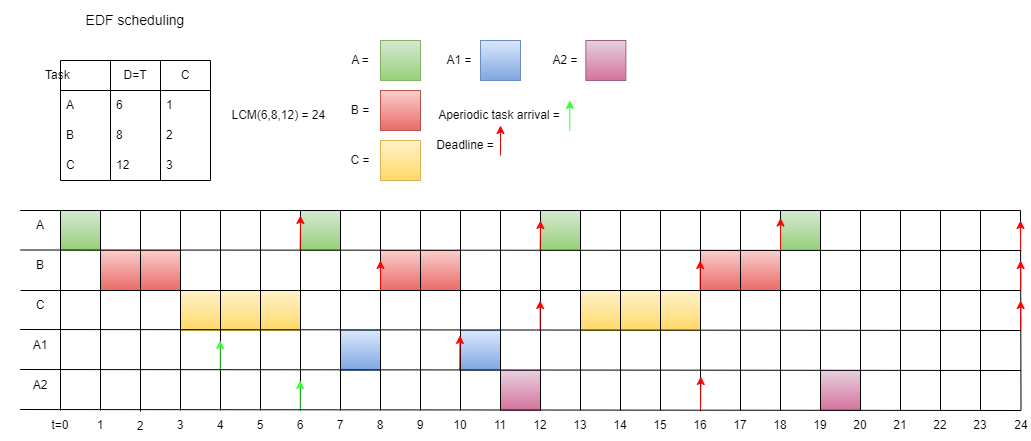
This is Assignment1/images/Ass1Q8c.png from emiilbro/DVA482, a draw.io export, as it was before one commit. Source tidied: cells renumbered, new cells last; positions are measured from the earlier drawing's top-left corner, leaving out a move shared by most shapes.
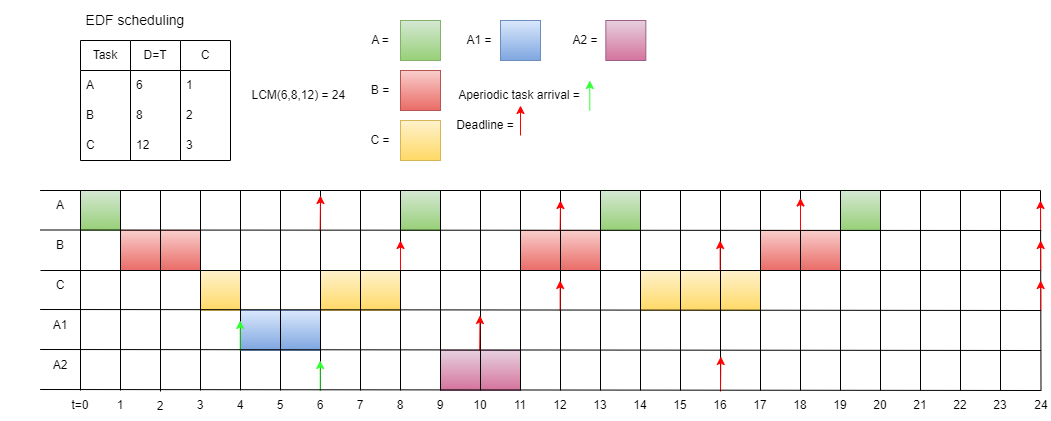
After the commit.

Diff of the diagram source:
```diff
@@ -2,38 +2,44 @@
   <root>
     <mxCell id="0" />
     <mxCell id="1" parent="0" />
-    <mxCell id="2" style="whiteSpace=wrap;html=1;fillColor=#e6d0de;strokeColor=#996185;gradientColor=#d5739d;" parent="1" vertex="1">
-      <mxGeometry x="820" y="370" width="40" height="40" as="geometry" />
-    </mxCell>
     <mxCell id="3" style="whiteSpace=wrap;html=1;fillColor=#d5e8d4;strokeColor=#82b366;gradientColor=#97d077;" parent="1" vertex="1">
-      <mxGeometry x="780" y="210" width="40" height="40" as="geometry" />
+      <mxGeometry x="820" y="210" width="40" height="40" as="geometry" />
     </mxCell>
     <mxCell id="4" style="rounded=0;whiteSpace=wrap;html=1;fillColor=#f8cecc;strokeColor=#b85450;gradientColor=#ea6b66;" parent="1" vertex="1">
-      <mxGeometry x="700" y="250" width="80" height="40" as="geometry" />
+      <mxGeometry x="740" y="250" width="80" height="40" as="geometry" />
     </mxCell>
+    <mxCell id="117" style="rounded=0;whiteSpace=wrap;html=1;fillColor=#fff2cc;strokeColor=#d6b656;gradientColor=#ffd966;" parent="1" vertex="1">
+      <mxGeometry x="620" y="290" width="120" height="40" as="geometry" />
+    </mxCell>
+    <mxCell id="11" style="whiteSpace=wrap;html=1;fillColor=#d5e8d4;strokeColor=#82b366;gradientColor=#97d077;" parent="1" vertex="1">
+      <mxGeometry x="580" y="210" width="40" height="40" as="geometry" />
+    </mxCell>
+    <mxCell id="9" style="rounded=0;whiteSpace=wrap;html=1;fillColor=#f8cecc;strokeColor=#b85450;gradientColor=#ea6b66;" parent="1" vertex="1">
+      <mxGeometry x="500" y="250" width="80" height="40" as="geometry" />
+    </mxCell>
+    <mxCell id="7" style="whiteSpace=wrap;html=1;fillColor=#e6d0de;strokeColor=#996185;gradientColor=#d5739d;" parent="1" vertex="1">
+      <mxGeometry x="460" y="370" width="40" height="40" as="geometry" />
+    </mxCell>
+    <mxCell id="2" style="whiteSpace=wrap;html=1;fillColor=#e6d0de;strokeColor=#996185;gradientColor=#d5739d;" parent="1" vertex="1">
+      <mxGeometry x="420" y="370" width="40" height="40" as="geometry" />
+    </mxCell>
+    <mxCell id="58" style="whiteSpace=wrap;html=1;fillColor=#d5e8d4;strokeColor=#82b366;gradientColor=#97d077;" parent="1" vertex="1">
+      <mxGeometry x="380" y="210" width="40" height="40" as="geometry" />
+    </mxCell>
     <mxCell id="5" style="rounded=0;whiteSpace=wrap;html=1;fillColor=#fff2cc;strokeColor=#d6b656;gradientColor=#ffd966;" parent="1" vertex="1">
-      <mxGeometry x="580" y="290" width="120" height="40" as="geometry" />
+      <mxGeometry x="300" y="290" width="80" height="40" as="geometry" />
     </mxCell>
     <mxCell id="6" style="whiteSpace=wrap;html=1;fillColor=#d5e8d4;strokeColor=#82b366;gradientColor=#97d077;" parent="1" vertex="1">
-      <mxGeometry x="540" y="210" width="40" height="40" as="geometry" />
+      <mxGeometry x="380" y="40" width="40" height="40" as="geometry" />
     </mxCell>
-    <mxCell id="7" style="whiteSpace=wrap;html=1;fillColor=#e6d0de;strokeColor=#996185;gradientColor=#d5739d;" parent="1" vertex="1">
-      <mxGeometry x="500" y="370" width="40" height="40" as="geometry" />
-    </mxCell>
     <mxCell id="8" style="whiteSpace=wrap;html=1;fillColor=#dae8fc;strokeColor=#6c8ebf;gradientColor=#7ea6e0;" parent="1" vertex="1">
-      <mxGeometry x="460" y="330" width="40" height="40" as="geometry" />
+      <mxGeometry x="260" y="330" width="40" height="40" as="geometry" />
     </mxCell>
-    <mxCell id="9" style="rounded=0;whiteSpace=wrap;html=1;fillColor=#f8cecc;strokeColor=#b85450;gradientColor=#ea6b66;" parent="1" vertex="1">
-      <mxGeometry x="380" y="250" width="80" height="40" as="geometry" />
-    </mxCell>
     <mxCell id="10" style="whiteSpace=wrap;html=1;fillColor=#dae8fc;strokeColor=#6c8ebf;gradientColor=#7ea6e0;" parent="1" vertex="1">
-      <mxGeometry x="340" y="330" width="40" height="40" as="geometry" />
+      <mxGeometry x="220" y="330" width="40" height="40" as="geometry" />
     </mxCell>
-    <mxCell id="11" style="whiteSpace=wrap;html=1;fillColor=#d5e8d4;strokeColor=#82b366;gradientColor=#97d077;" parent="1" vertex="1">
-      <mxGeometry x="300" y="210" width="40" height="40" as="geometry" />
-    </mxCell>
     <mxCell id="12" style="rounded=0;whiteSpace=wrap;html=1;fillColor=#fff2cc;strokeColor=#d6b656;gradientColor=#ffd966;" parent="1" vertex="1">
-      <mxGeometry x="180" y="290" width="120" height="40" as="geometry" />
+      <mxGeometry x="180" y="290" width="40" height="40" as="geometry" />
     </mxCell>
     <mxCell id="13" style="rounded=0;whiteSpace=wrap;html=1;fillColor=#f8cecc;strokeColor=#b85450;gradientColor=#ea6b66;" parent="1" vertex="1">
       <mxGeometry x="100" y="250" width="80" height="40" as="geometry" />
@@ -175,7 +181,7 @@
     <mxCell id="42" value="C" style="text;html=1;strokeColor=none;fillColor=none;align=center;verticalAlign=middle;whiteSpace=wrap;rounded=0;" parent="1" vertex="1">
       <mxGeometry x="10" y="290" width="60" height="30" as="geometry" />
     </mxCell>
-    <mxCell id="43" value="Task&lt;span style=&quot;white-space: pre;&quot;&gt;&#9;&lt;/span&gt;&lt;span style=&quot;white-space: pre;&quot;&gt;&#9;&lt;/span&gt;&lt;span style=&quot;white-space: pre;&quot;&gt;&#9;&lt;/span&gt;" style="swimlane;fontStyle=0;horizontal=1;startSize=30;whiteSpace=wrap;html=1;" parent="1" vertex="1">
+    <mxCell id="43" value="Task" style="swimlane;fontStyle=0;horizontal=1;startSize=30;whiteSpace=wrap;html=1;align=center;" parent="1" vertex="1">
       <mxGeometry x="60" y="60" width="50" height="120" as="geometry" />
     </mxCell>
     <mxCell id="44" value="A" style="text;strokeColor=none;fillColor=none;align=left;verticalAlign=middle;spacingLeft=4;spacingRight=4;overflow=hidden;whiteSpace=wrap;html=1;" parent="43" vertex="1">
@@ -220,9 +226,6 @@
     <mxCell id="57" style="whiteSpace=wrap;html=1;fillColor=#f8cecc;strokeColor=#b85450;gradientColor=#ea6b66;" parent="1" vertex="1">
       <mxGeometry x="380" y="90" width="40" height="40" as="geometry" />
     </mxCell>
-    <mxCell id="58" style="whiteSpace=wrap;html=1;fillColor=#d5e8d4;strokeColor=#82b366;gradientColor=#97d077;" parent="1" vertex="1">
-      <mxGeometry x="380" y="40" width="40" height="40" as="geometry" />
-    </mxCell>
     <mxCell id="59" value="A =" style="text;html=1;strokeColor=none;fillColor=none;align=center;verticalAlign=middle;whiteSpace=wrap;rounded=0;" parent="1" vertex="1">
       <mxGeometry x="330" y="45" width="60" height="30" as="geometry" />
     </mxCell>
@@ -233,7 +236,7 @@
       <mxGeometry x="330" y="145" width="60" height="30" as="geometry" />
     </mxCell>
     <mxCell id="62" value="&lt;font style=&quot;font-size: 14px;&quot;&gt;EDF scheduling&lt;/font&gt;" style="text;html=1;strokeColor=none;fillColor=none;align=center;verticalAlign=middle;whiteSpace=wrap;rounded=0;" parent="1" vertex="1">
-      <mxGeometry width="270" height="40" as="geometry" />
+      <mxGeometry x="-20" y="20" width="270" height="40" as="geometry" />
     </mxCell>
     <mxCell id="63" value="t=0" style="text;html=1;strokeColor=none;fillColor=none;align=center;verticalAlign=middle;whiteSpace=wrap;rounded=0;" parent="1" vertex="1">
       <mxGeometry x="40" y="410" width="40" height="30" as="geometry" />
```
